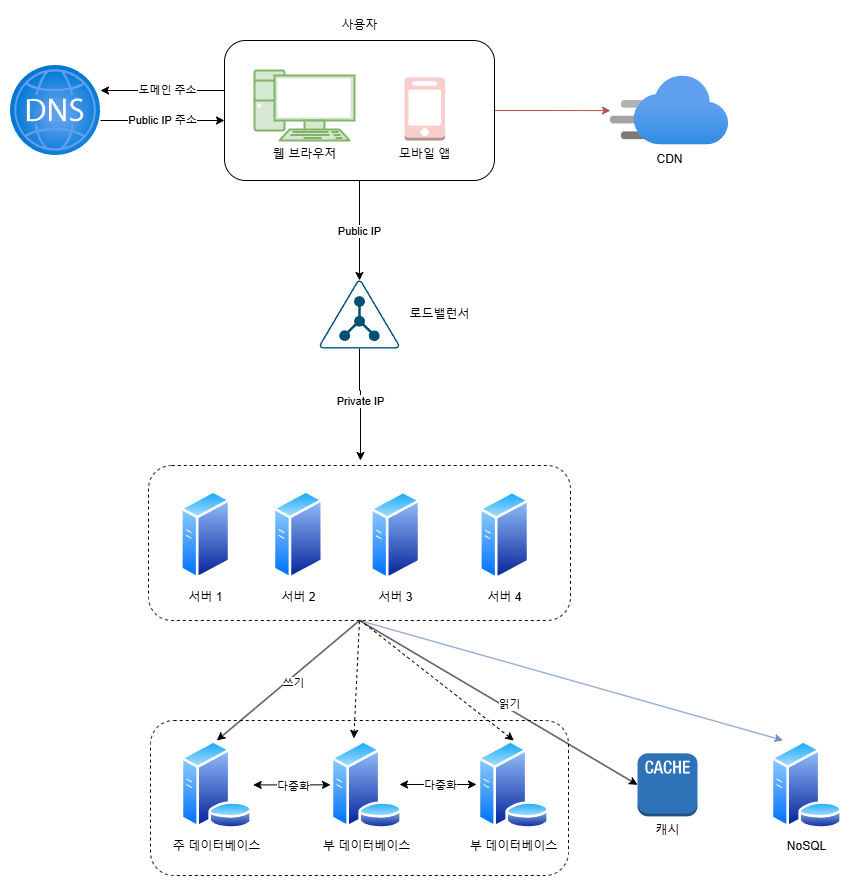
Before: drawio/무상태-CDN-캐시-로드밸런스-데이터베이스-다중화.drawio.png, a diagram exported from draw.io (aquaheyday/System-Design-Hub). Source tidied: cells renumbered, new cells last; positions are measured from the earlier drawing's top-left corner, leaving out a move shared by most shapes.
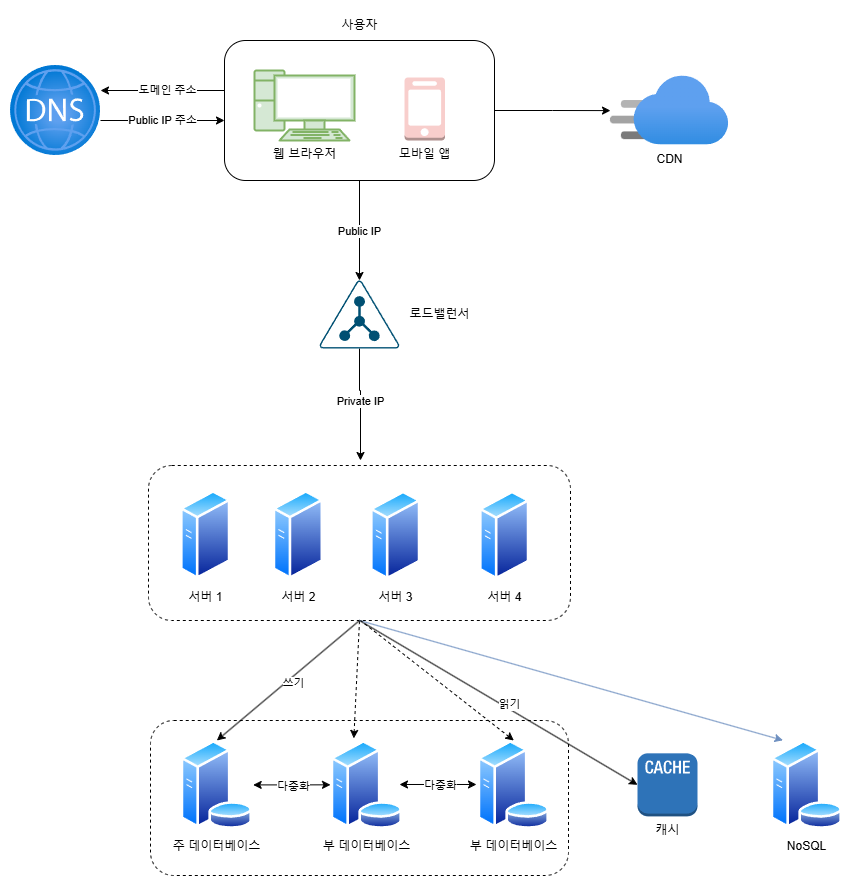
Above is the later version.

Commit message:
무상태-CDN-캐시-로드밸런스-데이터베이스-다중화.drawio.png이 추가되었습니다.

Change to the diagram source:
```diff
@@ -23,7 +23,7 @@
     <mxCell id="7" value="도메인 주소" style="edgeLabel;html=1;align=center;verticalAlign=middle;" parent="6" vertex="1">
       <mxGeometry x="-0.06" y="-1" relative="1" as="geometry" />
     </mxCell>
-    <mxCell id="8" style="edgeStyle=orthogonalEdgeStyle;rounded=0;jettySize=auto;html=1;fillColor=#f8cecc;strokeColor=#b85450;" parent="1" edge="1" source="9" target="28">
+    <mxCell id="8" style="edgeStyle=orthogonalEdgeStyle;rounded=0;jettySize=auto;html=1;fillColor=#f8cecc;strokeColor=#000000;" parent="1" edge="1" source="9" target="28">
       <mxGeometry relative="1" as="geometry" />
     </mxCell>
     <mxCell id="9" style="rounded=1;whiteSpace=wrap;html=1;" parent="1" vertex="1">
```
